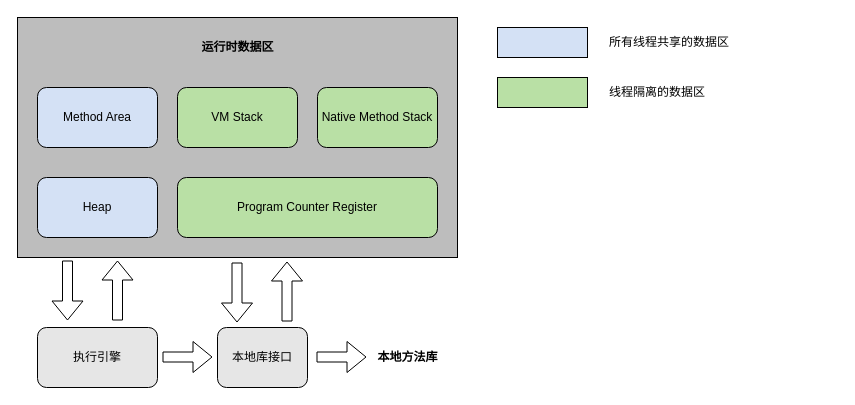
Earlier version of the draw.io diagram page "Page-01" (1 of 10) of src/book/books_202008.drawio (ab-doc/draw.io). Source tidied: cells renumbered, new cells numbered last; positions are measured from the earlier drawing's top-left corner, leaving out a move shared by most shapes. Both pictures are drawn from the tidied source at 100%, with x=0, y=0 at pixel (17, 17).
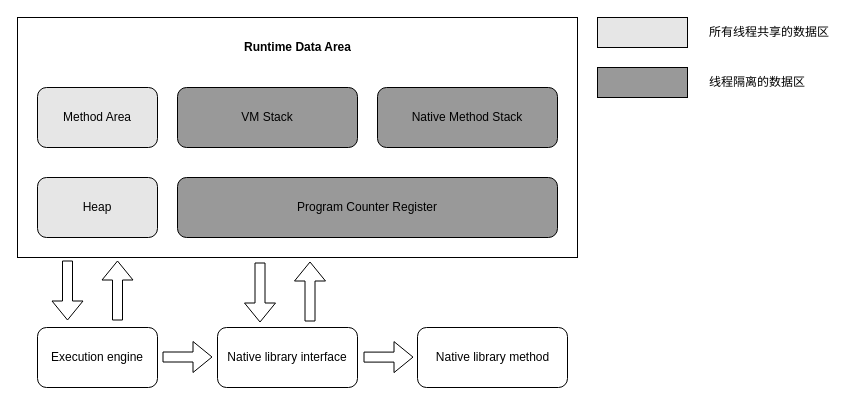
After the change.

Change to the diagram source:
```diff
@@
-    <mxCell id="2" style="rounded=0;whiteSpace=wrap;html=1;fillColor=#BDBDBD;" parent="1" vertex="1">
-      <mxGeometry width="440" height="240" as="geometry" />
+    <mxCell id="2" style="rounded=0;whiteSpace=wrap;html=1;fillColor=#FFFFFF;" parent="1" vertex="1">
+      <mxGeometry width="560" height="240" as="geometry" />
     </mxCell>
-    <mxCell id="3" value="Method Area" style="rounded=1;whiteSpace=wrap;html=1;fillColor=#D4E1F5;" parent="1" vertex="1">
+    <mxCell id="3" value="Method Area" style="rounded=1;whiteSpace=wrap;html=1;fillColor=#E6E6E6;" parent="1" vertex="1">
       <mxGeometry x="20" y="70" width="120" height="60" as="geometry" />
     </mxCell>
-    <mxCell id="4" value="VM Stack" style="rounded=1;whiteSpace=wrap;html=1;fillColor=#B9E0A5;" parent="1" vertex="1">
-      <mxGeometry x="160" y="70" width="120" height="60" as="geometry" />
+    <mxCell id="4" value="VM Stack" style="rounded=1;whiteSpace=wrap;html=1;fillColor=#999999;" parent="1" vertex="1">
+      <mxGeometry x="160" y="70" width="180" height="60" as="geometry" />
     </mxCell>
-    <mxCell id="5" value="Native Method Stack" style="rounded=1;whiteSpace=wrap;html=1;fillColor=#B9E0A5;" parent="1" vertex="1">
-      <mxGeometry x="300" y="70" width="120" height="60" as="geometry" />
+    <mxCell id="5" value="Native Method Stack" style="rounded=1;whiteSpace=wrap;html=1;fillColor=#999999;" parent="1" vertex="1">
+      <mxGeometry x="360" y="70" width="180" height="60" as="geometry" />
     </mxCell>
-    <mxCell id="6" value="Heap" style="rounded=1;whiteSpace=wrap;html=1;fillColor=#D4E1F5;" parent="1" vertex="1">
+    <mxCell id="6" value="Heap" style="rounded=1;whiteSpace=wrap;html=1;fillColor=#E6E6E6;" parent="1" vertex="1">
       <mxGeometry x="20" y="160" width="120" height="60" as="geometry" />
     </mxCell>
-    <mxCell id="7" value="Program Counter Register" style="rounded=1;whiteSpace=wrap;html=1;fillColor=#B9E0A5;" parent="1" vertex="1">
-      <mxGeometry x="160" y="160" width="260" height="60" as="geometry" />
+    <mxCell id="7" value="Program Counter Register" style="rounded=1;whiteSpace=wrap;html=1;fillColor=#999999;" parent="1" vertex="1">
+      <mxGeometry x="160" y="160" width="380" height="60" as="geometry" />
     </mxCell>
-    <mxCell id="8" value="执行引擎" style="rounded=1;whiteSpace=wrap;html=1;fillColor=#E6E6E6;" parent="1" vertex="1">
+    <mxCell id="8" value="Execution engine" style="rounded=1;whiteSpace=wrap;html=1;fillColor=#FFFFFF;" parent="1" vertex="1">
       <mxGeometry x="20" y="310" width="120" height="60" as="geometry" />
     </mxCell>
-    <mxCell id="9" value="本地库接口" style="rounded=1;whiteSpace=wrap;html=1;fillColor=#E6E6E6;" parent="1" vertex="1">
-      <mxGeometry x="200" y="310" width="90" height="60" as="geometry" />
+    <mxCell id="9" value="Native library interface" style="rounded=1;whiteSpace=wrap;html=1;fillColor=#FFFFFF;" parent="1" vertex="1">
+      <mxGeometry x="200" y="310" width="140" height="60" as="geometry" />
     </mxCell>
@@
-    <mxCell id="13" style="shape=flexArrow;endArrow=classic;html=1;" parent="1" edge="1">
-      <mxGeometry relative="1" as="geometry">
-        <mxPoint x="299" y="339.5" as="sourcePoint" />
-        <mxPoint x="349" y="339.5" as="targetPoint" />
-      </mxGeometry>
-    </mxCell>
-    <mxCell id="14" value="&lt;b&gt;本地方法库&lt;/b&gt;" style="text;html=1;align=center;verticalAlign=middle;" parent="1" vertex="1">
-      <mxGeometry x="350" y="330" width="80" height="20" as="geometry" />
-    </mxCell>
     <mxCell id="15" style="shape=flexArrow;endArrow=classic;html=1;" parent="1" edge="1">
       <mxGeometry relative="1" as="geometry">
-        <mxPoint x="219.5" y="245" as="sourcePoint" />
-        <mxPoint x="219.5" y="305" as="targetPoint" />
+        <mxPoint x="242.5" y="245" as="sourcePoint" />
+        <mxPoint x="242.5" y="305" as="targetPoint" />
       </mxGeometry>
     </mxCell>
     <mxCell id="16" style="shape=flexArrow;endArrow=classic;html=1;" parent="1" edge="1">
       <mxGeometry relative="1" as="geometry">
-        <mxPoint x="269.5" y="304" as="sourcePoint" />
-        <mxPoint x="269.5" y="244" as="targetPoint" />
+        <mxPoint x="292.5" y="304" as="sourcePoint" />
+        <mxPoint x="292.5" y="244" as="targetPoint" />
       </mxGeometry>
     </mxCell>
-    <mxCell id="17" value="&lt;b&gt;运行时数据区&lt;/b&gt;" style="text;html=1;align=center;verticalAlign=middle;" parent="1" vertex="1">
-      <mxGeometry x="175" y="20" width="90" height="20" as="geometry" />
+    <mxCell id="17" value="&lt;b&gt;Runtime Data Area&lt;/b&gt;" style="text;html=1;align=center;verticalAlign=middle;" parent="1" vertex="1">
+      <mxGeometry x="220" y="20" width="120" height="20" as="geometry" />
     </mxCell>
-    <mxCell id="18" style="rounded=0;whiteSpace=wrap;html=1;fillColor=#D4E1F5;" parent="1" vertex="1">
-      <mxGeometry x="480" y="10" width="90" height="30" as="geometry" />
+    <mxCell id="18" style="rounded=0;whiteSpace=wrap;html=1;fillColor=#E6E6E6;" parent="1" vertex="1">
+      <mxGeometry x="580" width="90" height="30" as="geometry" />
     </mxCell>
-    <mxCell id="19" style="rounded=0;whiteSpace=wrap;html=1;fillColor=#B9E0A5;" parent="1" vertex="1">
-      <mxGeometry x="480" y="60" width="90" height="30" as="geometry" />
+    <mxCell id="19" style="rounded=0;whiteSpace=wrap;html=1;fillColor=#999999;" parent="1" vertex="1">
+      <mxGeometry x="580" y="50" width="90" height="30" as="geometry" />
     </mxCell>
     <mxCell id="20" value="所有线程共享的数据区" style="text;html=1;strokeColor=none;fillColor=none;align=left;verticalAlign=middle;whiteSpace=wrap;rounded=0;" parent="1" vertex="1">
-      <mxGeometry x="590" y="15" width="130" height="20" as="geometry" />
+      <mxGeometry x="690" y="5" width="130" height="20" as="geometry" />
     </mxCell>
     <mxCell id="21" value="线程隔离的数据区" style="text;html=1;strokeColor=none;fillColor=none;align=left;verticalAlign=middle;whiteSpace=wrap;rounded=0;" parent="1" vertex="1">
-      <mxGeometry x="590" y="65" width="130" height="20" as="geometry" />
+      <mxGeometry x="690" y="55" width="130" height="20" as="geometry" />
     </mxCell>
+    <mxCell id="22" style="shape=flexArrow;endArrow=classic;html=1;" parent="1" edge="1">
+      <mxGeometry relative="1" as="geometry">
+        <mxPoint x="346" y="339.6" as="sourcePoint" />
+        <mxPoint x="396" y="339.6" as="targetPoint" />
+      </mxGeometry>
+    </mxCell>
+    <mxCell id="23" style="group;" parent="1" vertex="1">
+      <mxGeometry x="400" y="310" width="150" height="60" as="geometry" />
+    </mxCell>
+    <mxCell id="24" style="whiteSpace=wrap;html=1;rounded=1;fillColor=#FFFFFF;" parent="23" vertex="1">
+      <mxGeometry width="150" height="60" as="geometry" />
+    </mxCell>
+    <mxCell id="14" value="Native library method" style="text;html=1;align=center;verticalAlign=middle;" parent="23" vertex="1">
+      <mxGeometry x="10" y="20" width="130" height="20" as="geometry" />
+    </mxCell>
```
